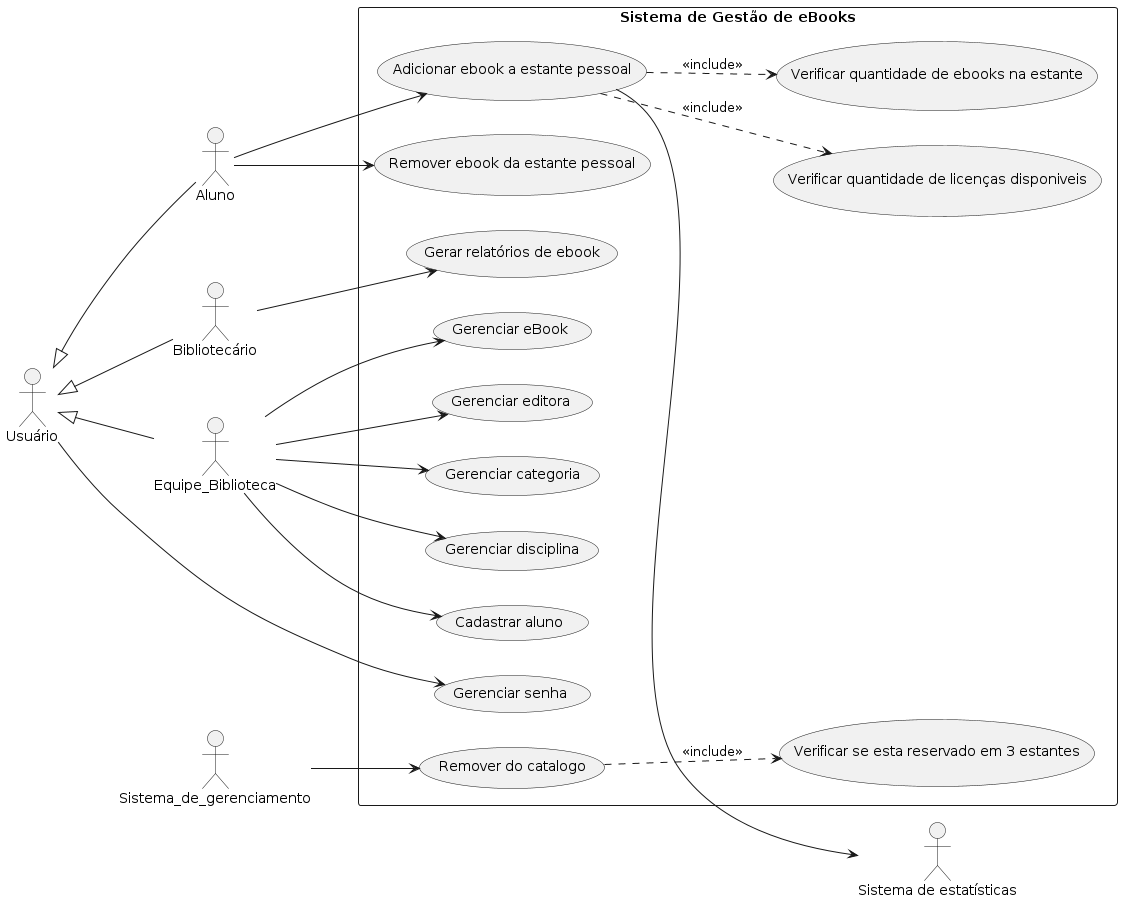
Above: docs/diagramas/casos-de-uso.png in brunokilo/lab01-ebooks-biblioteca (PlantUML), before the change. Its diagram source:
```plantuml
@startuml
left to right direction
skinparam packageStyle rectangle

actor "Usuário" as Usuario
actor Aluno
actor "Bibliotecário" as Bibliotecario
actor Equipe_Biblioteca
actor Sistema_de_gerenciamento
actor "Sistema de estatísticas" as Sistema_de_estatisticas

rectangle "Sistema de Gestão de eBooks" {
  usecase "Gerenciar senha" as UC01
  usecase "Adicionar ebook a estante pessoal" as UC02
  usecase "Remover ebook da estante pessoal" as UC03
  usecase "Gerar relatórios de ebook" as UC04
  usecase "Gerenciar eBook" as UC05
  usecase "Gerenciar editora" as UC06
  usecase "Gerenciar categoria" as UC07
  usecase "Gerenciar disciplina" as UC08
  usecase "Remover do catalogo" as UC09
  usecase "Verificar se esta reservado em 3 estantes" as UC10
  usecase "Verificar quantidade de ebooks na estante" as UC11
  usecase "Verificar quantidade de licenças disponiveis" as UC12
  usecase "Cadastrar aluno" as UC13
}

Usuario <|-- Equipe_Biblioteca
Usuario <|-- Bibliotecario
Usuario <|-- Aluno

Usuario --> (UC01)

Equipe_Biblioteca --> (UC05)
Equipe_Biblioteca --> (UC06)
Equipe_Biblioteca --> (UC07)
Equipe_Biblioteca --> (UC08)
Equipe_Biblioteca --> (UC13)

Bibliotecario --> (UC04)

Aluno --> (UC02)
(UC02)..> (UC11) : <<include>>
(UC02)..> (UC12) : <<include>>
(UC02)--> Sistema_de_estatisticas
Aluno --> (UC03)

Sistema_de_gerenciamento --> (UC09)
(UC09)..> (UC10) : <<include>>
@enduml
```
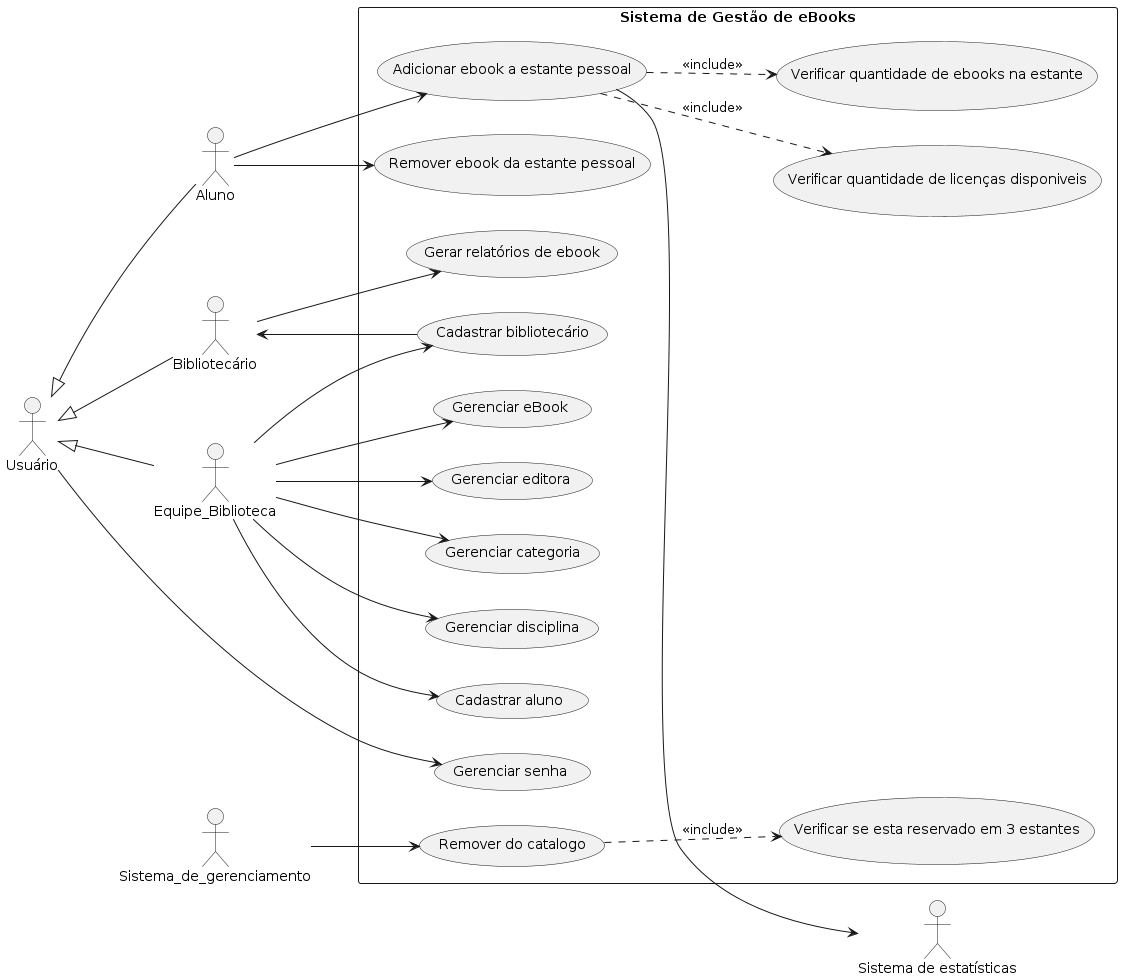
Above is the later version.

Commit message:
diagramas: atualiza diagrama de casos de uso

Change to the diagram source:
```diff
@@ -23,6 +23,7 @@
   usecase "Verificar quantidade de ebooks na estante" as UC11
   usecase "Verificar quantidade de licenças disponiveis" as UC12
   usecase "Cadastrar aluno" as UC13
+  usecase "Cadastrar bibliotecário" as UC14
 }
 
 Usuario <|-- Equipe_Biblioteca
@@ -36,6 +37,8 @@
 Equipe_Biblioteca --> (UC07)
 Equipe_Biblioteca --> (UC08)
 Equipe_Biblioteca --> (UC13)
+Equipe_Biblioteca --> (UC14)
+UC14 --> Bibliotecario
 
 Bibliotecario --> (UC04)
 
```
